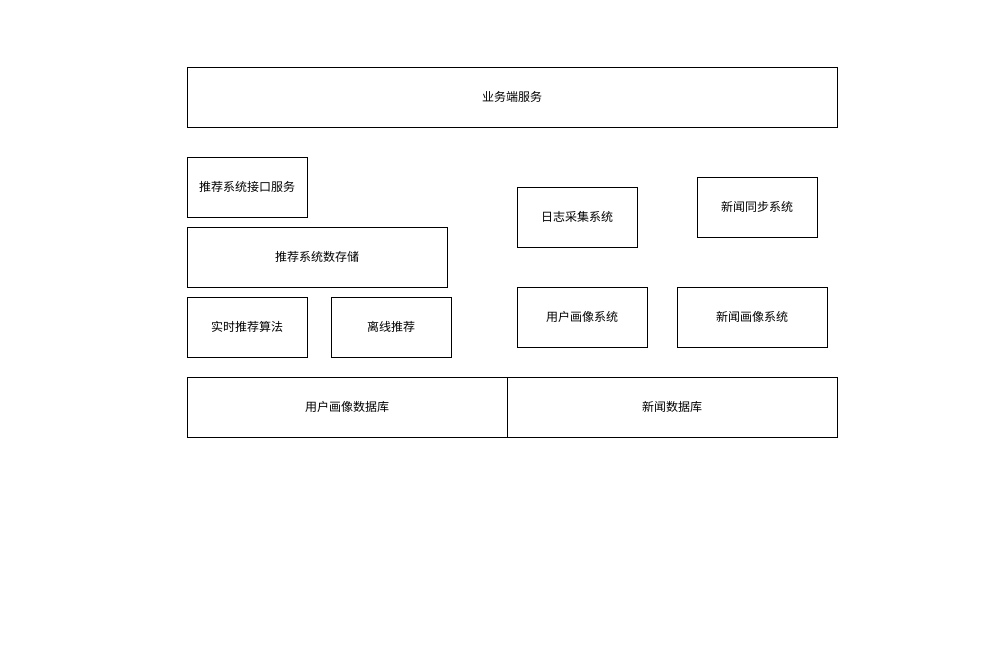
This is Untitled Diagram.drawio from drelolua/aooing, a draw.io file, before an edit. Source tidied: cells renumbered, new cells numbered last; positions are measured from the earlier drawing's top-left corner, leaving out a move shared by most shapes. Both pictures are drawn from the tidied source at 100%, with x=0, y=0 at pixel (187, 67).
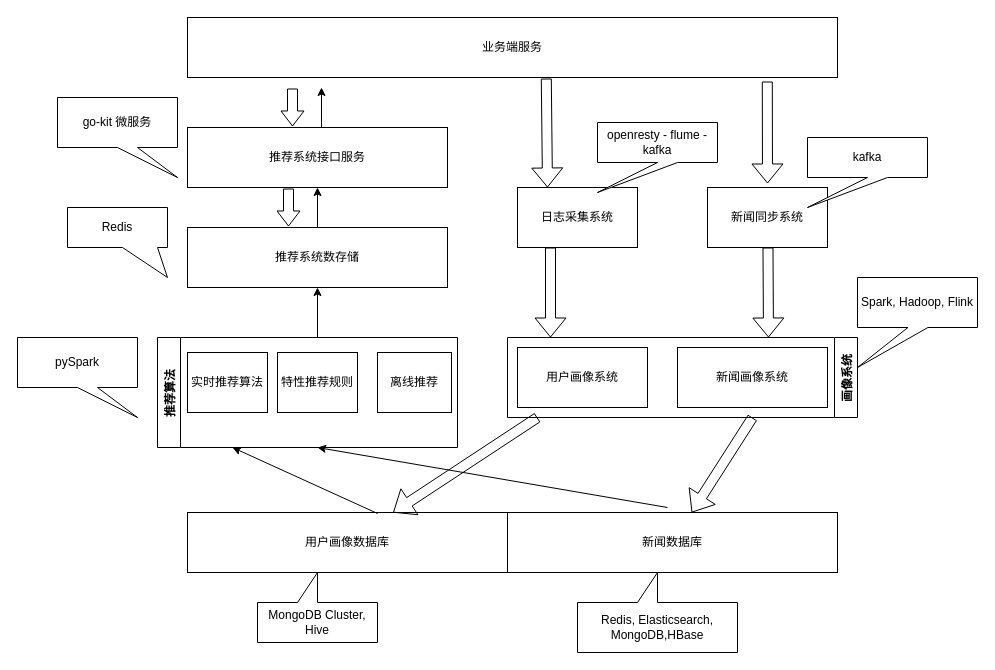
After the change.

The change refers to these unchanged cells:
```xml
<mxCell id="4" value="推荐系统数存储" style="rounded=0;whiteSpace=wrap;html=1;" parent="1" vertex="1">
  <mxGeometry y="160" width="260" height="60" as="geometry" />
</mxCell>
<mxCell id="11" value="日志采集系统" style="rounded=0;whiteSpace=wrap;html=1;" parent="1" vertex="1">
  <mxGeometry x="330" y="120" width="120" height="60" as="geometry" />
</mxCell>
```

What changed in the source:
```diff
@@
     <mxCell id="2" value="业务端服务" style="rounded=0;whiteSpace=wrap;html=1;" parent="1" vertex="1">
-      <mxGeometry width="650" height="60" as="geometry" />
+      <mxGeometry y="-50" width="650" height="60" as="geometry" />
     </mxCell>
     <mxCell id="3" value="推荐系统接口服务" style="rounded=0;whiteSpace=wrap;html=1;" parent="1" vertex="1">
-      <mxGeometry y="90" width="120" height="60" as="geometry" />
+      <mxGeometry y="60" width="260" height="60" as="geometry" />
     </mxCell>
@@
     <mxCell id="5" value="用户画像数据库" style="rounded=0;whiteSpace=wrap;html=1;" parent="1" vertex="1">
-      <mxGeometry y="310" width="320" height="60" as="geometry" />
+      <mxGeometry y="445" width="320" height="60" as="geometry" />
     </mxCell>
-    <mxCell id="6" value="实时推荐算法" style="rounded=0;whiteSpace=wrap;html=1;" parent="1" vertex="1">
-      <mxGeometry y="230" width="120" height="60" as="geometry" />
-    </mxCell>
-    <mxCell id="7" value="离线推荐" style="rounded=0;whiteSpace=wrap;html=1;" parent="1" vertex="1">
-      <mxGeometry x="144" y="230" width="120" height="60" as="geometry" />
-    </mxCell>
     <mxCell id="8" value="新闻画像系统" style="rounded=0;whiteSpace=wrap;html=1;" parent="1" vertex="1">
-      <mxGeometry x="490" y="220" width="150" height="60" as="geometry" />
+      <mxGeometry x="490" y="280" width="150" height="60" as="geometry" />
     </mxCell>
     <mxCell id="9" value="新闻数据库" style="rounded=0;whiteSpace=wrap;html=1;" parent="1" vertex="1">
-      <mxGeometry x="320" y="310" width="330" height="60" as="geometry" />
+      <mxGeometry x="320" y="445" width="330" height="60" as="geometry" />
     </mxCell>
     <mxCell id="10" value="用户画像系统" style="rounded=0;whiteSpace=wrap;html=1;" parent="1" vertex="1">
-      <mxGeometry x="330" y="220" width="130" height="60" as="geometry" />
+      <mxGeometry x="330" y="280" width="130" height="60" as="geometry" />
     </mxCell>
@@
     <mxCell id="12" value="新闻同步系统" style="rounded=0;whiteSpace=wrap;html=1;" parent="1" vertex="1">
-      <mxGeometry x="510" y="110" width="120" height="60" as="geometry" />
+      <mxGeometry x="520" y="120" width="120" height="60" as="geometry" />
     </mxCell>
+    <mxCell id="13" style="shape=flexArrow;endArrow=classic;html=1;entryX=0.25;entryY=0;entryDx=0;entryDy=0;exitX=0.552;exitY=1.017;exitDx=0;exitDy=0;exitPerimeter=0;" parent="1" edge="1" source="2" target="11">
+      <mxGeometry relative="1" as="geometry" />
+    </mxCell>
+    <mxCell id="14" style="shape=flexArrow;endArrow=classic;html=1;entryX=0.25;entryY=0;entryDx=0;entryDy=0;exitX=0.892;exitY=1.067;exitDx=0;exitDy=0;exitPerimeter=0;" parent="1" edge="1" source="2">
+      <mxGeometry relative="1" as="geometry">
+        <mxPoint x="580" y="116" as="targetPoint" />
+      </mxGeometry>
+    </mxCell>
+    <mxCell id="15" style="shape=flexArrow;endArrow=classic;html=1;" parent="1" edge="1">
+      <mxGeometry relative="1" as="geometry">
+        <mxPoint x="363" y="180" as="sourcePoint" />
+        <mxPoint x="363" y="270" as="targetPoint" />
+      </mxGeometry>
+    </mxCell>
+    <mxCell id="16" style="shape=flexArrow;endArrow=classic;html=1;" parent="1" edge="1">
+      <mxGeometry relative="1" as="geometry">
+        <mxPoint x="580.5" y="180" as="sourcePoint" />
+        <mxPoint x="581" y="270" as="targetPoint" />
+      </mxGeometry>
+    </mxCell>
+    <mxCell id="17" style="shape=flexArrow;endArrow=classic;html=1;" parent="1" edge="1" target="5">
+      <mxGeometry relative="1" as="geometry">
+        <mxPoint x="350" y="350" as="sourcePoint" />
+      </mxGeometry>
+    </mxCell>
+    <mxCell id="18" style="shape=flexArrow;endArrow=classic;html=1;" parent="1" edge="1" target="9">
+      <mxGeometry relative="1" as="geometry">
+        <mxPoint x="565" y="350" as="sourcePoint" />
+      </mxGeometry>
+    </mxCell>
+    <mxCell id="19" value="推荐算法" style="swimlane;horizontal=0;" parent="1" vertex="1">
+      <mxGeometry x="-30" y="270" width="300" height="110" as="geometry" />
+    </mxCell>
+    <mxCell id="6" value="实时推荐算法" style="rounded=0;whiteSpace=wrap;html=1;" parent="19" vertex="1">
+      <mxGeometry x="30" y="15" width="80" height="60" as="geometry" />
+    </mxCell>
+    <mxCell id="7" value="离线推荐" style="rounded=0;whiteSpace=wrap;html=1;" parent="19" vertex="1">
+      <mxGeometry x="220" y="15" width="74" height="60" as="geometry" />
+    </mxCell>
+    <mxCell id="20" value="特性推荐规则" style="rounded=0;whiteSpace=wrap;html=1;" parent="19" vertex="1">
+      <mxGeometry x="120" y="15" width="80" height="60" as="geometry" />
+    </mxCell>
+    <mxCell id="21" style="endArrow=classic;html=1;exitX=0.594;exitY=0.017;exitDx=0;exitDy=0;exitPerimeter=0;entryX=0.25;entryY=1;entryDx=0;entryDy=0;" parent="1" edge="1" source="5" target="19">
+      <mxGeometry relative="1" as="geometry" />
+    </mxCell>
+    <mxCell id="22" style="endArrow=classic;html=1;" parent="1" edge="1">
+      <mxGeometry relative="1" as="geometry">
+        <mxPoint x="480" y="440" as="sourcePoint" />
+        <mxPoint x="130" y="380" as="targetPoint" />
+      </mxGeometry>
+    </mxCell>
+    <mxCell id="23" style="endArrow=classic;html=1;entryX=0.5;entryY=1;entryDx=0;entryDy=0;" parent="1" edge="1" target="4">
+      <mxGeometry relative="1" as="geometry">
+        <mxPoint x="130" y="270" as="sourcePoint" />
+      </mxGeometry>
+    </mxCell>
+    <mxCell id="24" style="endArrow=classic;html=1;" parent="1" edge="1" source="4">
+      <mxGeometry relative="1" as="geometry">
+        <mxPoint x="130" y="120" as="targetPoint" />
+      </mxGeometry>
+    </mxCell>
+    <mxCell id="25" style="shape=flexArrow;endArrow=classic;html=1;endWidth=12;endSize=4.67;" parent="1" edge="1">
+      <mxGeometry relative="1" as="geometry">
+        <mxPoint x="101" y="121" as="sourcePoint" />
+        <mxPoint x="101" y="159" as="targetPoint" />
+      </mxGeometry>
+    </mxCell>
+    <mxCell id="26" style="endArrow=classic;html=1;" parent="1" edge="1">
+      <mxGeometry relative="1" as="geometry">
+        <mxPoint x="134" y="60" as="sourcePoint" />
+        <mxPoint x="134" y="20" as="targetPoint" />
+      </mxGeometry>
+    </mxCell>
+    <mxCell id="27" style="shape=flexArrow;endArrow=classic;html=1;endWidth=12;endSize=4.67;" parent="1" edge="1">
+      <mxGeometry relative="1" as="geometry">
+        <mxPoint x="105" y="21" as="sourcePoint" />
+        <mxPoint x="105" y="59" as="targetPoint" />
+      </mxGeometry>
+    </mxCell>
+    <mxCell id="28" value="openresty - flume - kafka" style="shape=callout;whiteSpace=wrap;html=1;perimeter=calloutPerimeter;position2=0;" parent="1" vertex="1">
+      <mxGeometry x="410" y="55" width="120" height="70" as="geometry" />
+    </mxCell>
+    <mxCell id="29" value="kafka" style="shape=callout;whiteSpace=wrap;html=1;perimeter=calloutPerimeter;position2=0;" parent="1" vertex="1">
+      <mxGeometry x="620" y="70" width="120" height="70" as="geometry" />
+    </mxCell>
+    <mxCell id="30" value="MongoDB Cluster, Hive" style="shape=callout;whiteSpace=wrap;html=1;perimeter=calloutPerimeter;direction=west;" parent="1" vertex="1">
+      <mxGeometry x="70" y="505" width="120" height="70" as="geometry" />
+    </mxCell>
+    <mxCell id="31" value="Redis, Elasticsearch, MongoDB,HBase" style="shape=callout;whiteSpace=wrap;html=1;perimeter=calloutPerimeter;direction=west;" parent="1" vertex="1">
+      <mxGeometry x="390" y="505" width="160" height="80" as="geometry" />
+    </mxCell>
+    <mxCell id="32" value="Spark, Hadoop, Flink" style="shape=callout;whiteSpace=wrap;html=1;perimeter=calloutPerimeter;position2=0;size=40;position=0.42;" parent="1" vertex="1">
+      <mxGeometry x="670" y="210" width="120" height="90" as="geometry" />
+    </mxCell>
+    <mxCell id="33" value="画像系统" style="swimlane;horizontal=0;direction=west;" parent="1" vertex="1">
+      <mxGeometry x="320" y="270" width="350" height="80" as="geometry" />
+    </mxCell>
+    <mxCell id="34" value="Redis" style="shape=callout;whiteSpace=wrap;html=1;perimeter=calloutPerimeter;position2=1;base=35;size=30;position=0.55;" parent="1" vertex="1">
+      <mxGeometry x="-120" y="140" width="100" height="70" as="geometry" />
+    </mxCell>
+    <mxCell id="35" value="go-kit 微服务" style="shape=callout;whiteSpace=wrap;html=1;perimeter=calloutPerimeter;position2=1;" parent="1" vertex="1">
+      <mxGeometry x="-130" y="30" width="120" height="80" as="geometry" />
+    </mxCell>
+    <mxCell id="36" value="pySpark&lt;br&gt;" style="shape=callout;whiteSpace=wrap;html=1;perimeter=calloutPerimeter;position2=1;" parent="1" vertex="1">
+      <mxGeometry x="-170" y="270" width="120" height="80" as="geometry" />
+    </mxCell>
```
